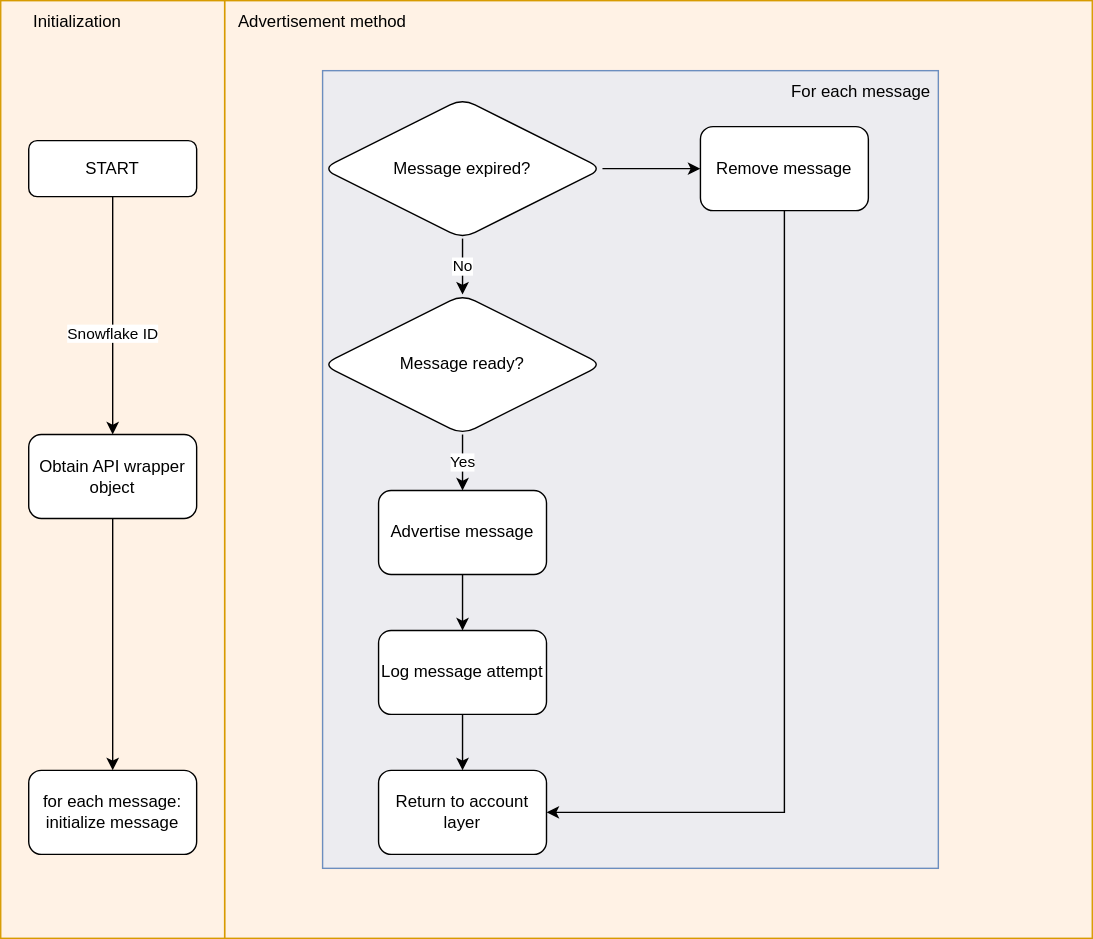
Above: docs/thesis/images/daf-guild-layer-flowchart.svg in davidhozic/discord-advertisement-framework (draw.io), before the change. Source tidied: cells renumbered, new cells last; positions are measured from the earlier drawing's top-left corner, leaving out a move shared by most shapes.
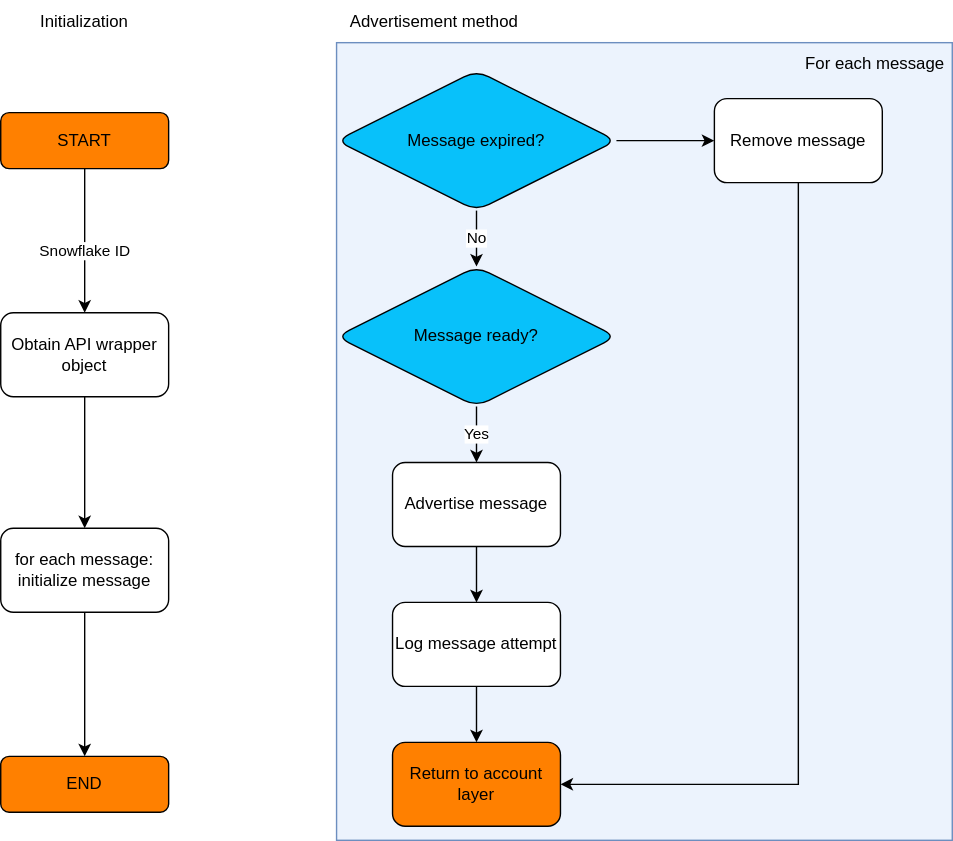
Later version of the same file.

Commit message:
message layer

Change to the diagram source:
```diff
@@ -2,29 +2,26 @@
   <root>
     <mxCell id="0" />
     <mxCell id="1" parent="0" />
-    <mxCell id="2" style="rounded=0;whiteSpace=wrap;html=1;fillOpacity=50;align=left;fillColor=#ffe6cc;strokeColor=#d79b00;" parent="1" vertex="1">
-      <mxGeometry x="160" width="620" height="670" as="geometry" />
-    </mxCell>
-    <mxCell id="3" style="rounded=0;whiteSpace=wrap;html=1;fillOpacity=50;align=left;fillColor=#ffe6cc;strokeColor=#d79b00;" parent="1" vertex="1">
-      <mxGeometry width="160" height="670" as="geometry" />
-    </mxCell>
     <mxCell id="4" style="rounded=0;whiteSpace=wrap;html=1;fillOpacity=50;align=left;fillColor=#dae8fc;strokeColor=#6c8ebf;" parent="1" vertex="1">
       <mxGeometry x="230" y="50" width="440" height="570" as="geometry" />
     </mxCell>
     <mxCell id="5" value="Snowflake ID" style="edgeStyle=orthogonalEdgeStyle;rounded=0;jettySize=auto;html=1;" parent="1" edge="1" source="6" target="8">
       <mxGeometry x="0.14" relative="1" as="geometry" />
     </mxCell>
-    <mxCell id="6" value="START" style="rounded=1;whiteSpace=wrap;html=1;fontSize=12;glass=0;strokeWidth=1;shadow=0;" parent="1" vertex="1">
-      <mxGeometry x="20" y="100" width="120" height="40" as="geometry" />
+    <mxCell id="6" value="START" style="rounded=1;whiteSpace=wrap;html=1;fontSize=12;glass=0;strokeWidth=1;shadow=0;fillColor=#FF8000;" parent="1" vertex="1">
+      <mxGeometry x="-10" y="100" width="120" height="40" as="geometry" />
     </mxCell>
     <mxCell id="7" style="edgeStyle=orthogonalEdgeStyle;rounded=0;jettySize=auto;html=1;" parent="1" edge="1" source="8" target="9">
       <mxGeometry relative="1" as="geometry" />
     </mxCell>
     <mxCell id="8" value="Obtain API wrapper object" style="whiteSpace=wrap;html=1;rounded=1;glass=0;strokeWidth=1;shadow=0;" parent="1" vertex="1">
-      <mxGeometry x="20" y="310" width="120" height="60" as="geometry" />
+      <mxGeometry x="-10" y="243" width="120" height="60" as="geometry" />
     </mxCell>
+    <mxCell id="25" style="edgeStyle=orthogonalEdgeStyle;rounded=0;jettySize=auto;html=1;" parent="1" edge="1" source="9" target="26">
+      <mxGeometry relative="1" as="geometry" />
+    </mxCell>
     <mxCell id="9" value="for each message:&lt;br&gt;initialize message" style="whiteSpace=wrap;html=1;rounded=1;glass=0;strokeWidth=1;shadow=0;" parent="1" vertex="1">
-      <mxGeometry x="20" y="550" width="120" height="60" as="geometry" />
+      <mxGeometry x="-10" y="397" width="120" height="60" as="geometry" />
     </mxCell>
     <mxCell id="10" value="No" style="edgeStyle=orthogonalEdgeStyle;rounded=0;jettySize=auto;html=1;" parent="1" edge="1" source="12" target="14">
       <mxGeometry relative="1" as="geometry">
@@ -37,13 +34,13 @@
     <mxCell id="11" style="edgeStyle=orthogonalEdgeStyle;rounded=0;jettySize=auto;html=1;" parent="1" edge="1" source="12" target="18">
       <mxGeometry relative="1" as="geometry" />
     </mxCell>
-    <mxCell id="12" value="Message expired?" style="rhombus;whiteSpace=wrap;html=1;rounded=1;glass=0;strokeWidth=1;shadow=0;" parent="1" vertex="1">
+    <mxCell id="12" value="Message expired?" style="rhombus;whiteSpace=wrap;html=1;rounded=1;glass=0;strokeWidth=1;shadow=0;fillColor=#08C1FA;" parent="1" vertex="1">
       <mxGeometry x="230" y="70" width="200" height="100" as="geometry" />
     </mxCell>
     <mxCell id="13" value="Yes" style="edgeStyle=orthogonalEdgeStyle;rounded=0;jettySize=auto;html=1;" parent="1" edge="1" source="14" target="16">
       <mxGeometry relative="1" as="geometry" />
     </mxCell>
-    <mxCell id="14" value="Message ready?" style="rhombus;whiteSpace=wrap;html=1;rounded=1;glass=0;strokeWidth=1;shadow=0;" parent="1" vertex="1">
+    <mxCell id="14" value="Message ready?" style="rhombus;whiteSpace=wrap;html=1;rounded=1;glass=0;strokeWidth=1;shadow=0;fillColor=#08C1FA;" parent="1" vertex="1">
       <mxGeometry x="230" y="210" width="200" height="100" as="geometry" />
     </mxCell>
     <mxCell id="15" style="edgeStyle=orthogonalEdgeStyle;rounded=0;jettySize=auto;html=1;" parent="1" edge="1" source="16" target="20">
@@ -68,17 +65,20 @@
     <mxCell id="20" value="Log message attempt" style="whiteSpace=wrap;html=1;rounded=1;glass=0;strokeWidth=1;shadow=0;" parent="1" vertex="1">
       <mxGeometry x="270" y="450" width="120" height="60" as="geometry" />
     </mxCell>
-    <mxCell id="21" value="Return to account layer" style="whiteSpace=wrap;html=1;rounded=1;glass=0;strokeWidth=1;shadow=0;" parent="1" vertex="1">
+    <mxCell id="21" value="Return to account layer" style="whiteSpace=wrap;html=1;rounded=1;glass=0;strokeWidth=1;shadow=0;fillColor=#FF8000;" parent="1" vertex="1">
       <mxGeometry x="270" y="550" width="120" height="60" as="geometry" />
     </mxCell>
     <mxCell id="22" value="For each message" style="text;html=1;strokeColor=none;fillColor=none;align=center;verticalAlign=middle;whiteSpace=wrap;rounded=0;" parent="1" vertex="1">
       <mxGeometry x="560" y="50" width="110" height="30" as="geometry" />
     </mxCell>
     <mxCell id="23" value="Initialization" style="text;html=1;strokeColor=none;fillColor=none;align=center;verticalAlign=middle;whiteSpace=wrap;rounded=0;" parent="1" vertex="1">
-      <mxGeometry width="110" height="30" as="geometry" />
+      <mxGeometry x="-5" y="20" width="110" height="30" as="geometry" />
     </mxCell>
     <mxCell id="24" value="Advertisement method" style="text;html=1;strokeColor=none;fillColor=none;align=center;verticalAlign=middle;whiteSpace=wrap;rounded=0;" parent="1" vertex="1">
-      <mxGeometry x="160" width="140" height="30" as="geometry" />
+      <mxGeometry x="230" y="20" width="140" height="30" as="geometry" />
     </mxCell>
+    <mxCell id="26" value="END" style="rounded=1;whiteSpace=wrap;html=1;fontSize=12;glass=0;strokeWidth=1;shadow=0;fillColor=#FF8000;" parent="1" vertex="1">
+      <mxGeometry x="-10" y="560" width="120" height="40" as="geometry" />
+    </mxCell>
   </root>
 </mxGraphModel>
```
